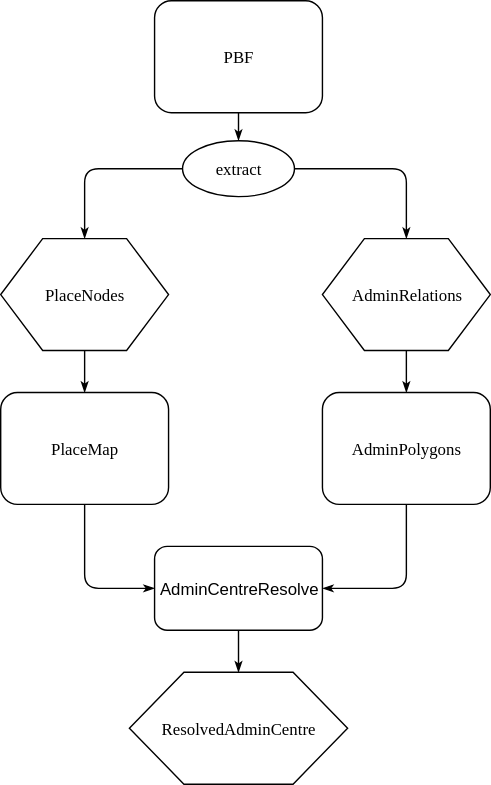
Earlier version of the draw.io export doc/AdminCentreResolve.svg (krizleebear/osm-polygons). Source tidied: cells renumbered, new cells last; positions are measured from the earlier drawing's top-left corner, leaving out a move shared by most shapes.
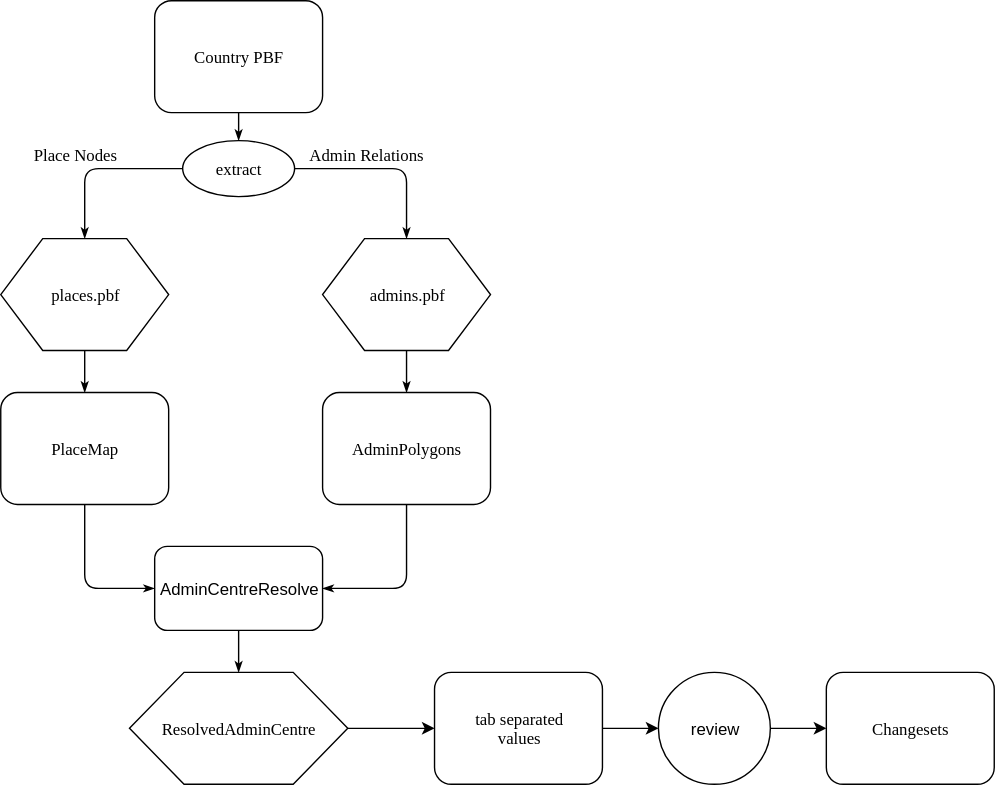
After the commit.

Commit message:
updated flow chart

The edit, as a diff of the source:
```diff
@@ -5,14 +5,16 @@
     <mxCell id="2" style="edgeStyle=orthogonalEdgeStyle;rounded=1;html=1;labelBackgroundColor=none;startArrow=none;startFill=0;startSize=5;endArrow=classicThin;endFill=1;endSize=5;jettySize=auto;strokeWidth=1;fontFamily=Verdana;fontSize=8;" parent="1" edge="1" source="3" target="6">
       <mxGeometry relative="1" as="geometry" />
     </mxCell>
-    <mxCell id="3" value="PBF" style="rounded=1;whiteSpace=wrap;html=1;shadow=0;labelBackgroundColor=none;strokeWidth=1;fontFamily=Verdana;fontSize=12;align=center;" parent="1" vertex="1">
+    <mxCell id="3" value="Country PBF" style="rounded=1;whiteSpace=wrap;html=1;shadow=0;labelBackgroundColor=none;strokeWidth=1;fontFamily=Verdana;fontSize=12;align=center;" parent="1" vertex="1">
       <mxGeometry x="110" width="120" height="80" as="geometry" />
     </mxCell>
-    <mxCell id="4" style="edgeStyle=orthogonalEdgeStyle;rounded=1;html=1;labelBackgroundColor=none;startArrow=none;startFill=0;startSize=5;endArrow=classicThin;endFill=1;endSize=5;jettySize=auto;strokeWidth=1;fontFamily=Verdana;fontSize=8;" parent="1" edge="1" source="6" target="10">
-      <mxGeometry relative="1" as="geometry" />
+    <mxCell id="4" value="Admin Relations" style="edgeStyle=orthogonalEdgeStyle;rounded=1;html=1;labelBackgroundColor=none;startArrow=none;startFill=0;startSize=5;endArrow=classicThin;endFill=1;endSize=5;jettySize=auto;strokeWidth=1;fontFamily=Verdana;fontSize=12;" parent="1" edge="1" source="6" target="10">
+      <mxGeometry x="-0.08" y="10" relative="1" as="geometry" />
     </mxCell>
-    <mxCell id="5" style="edgeStyle=orthogonalEdgeStyle;rounded=1;html=1;labelBackgroundColor=none;startArrow=none;startFill=0;startSize=5;endArrow=classicThin;endFill=1;endSize=5;jettySize=auto;strokeWidth=1;fontFamily=Verdana;fontSize=8;" parent="1" edge="1" source="6" target="8">
-      <mxGeometry relative="1" as="geometry" />
+    <mxCell id="5" value="Place Nodes" style="edgeStyle=orthogonalEdgeStyle;rounded=1;html=1;labelBackgroundColor=none;startArrow=none;startFill=0;startSize=5;endArrow=classicThin;endFill=1;endSize=5;jettySize=auto;strokeWidth=1;fontFamily=Verdana;fontSize=12;" parent="1" edge="1" source="6" target="8">
+      <mxGeometry x="0.17" y="-10" relative="1" as="geometry">
+        <mxPoint x="10" y="-10" as="offset" />
+      </mxGeometry>
     </mxCell>
     <mxCell id="6" value="extract" style="ellipse;whiteSpace=wrap;html=1;rounded=1;shadow=0;labelBackgroundColor=none;strokeWidth=1;fontFamily=Verdana;fontSize=12;align=center;" parent="1" vertex="1">
       <mxGeometry x="130" y="100" width="80" height="40" as="geometry" />
@@ -20,13 +22,13 @@
     <mxCell id="7" style="edgeStyle=orthogonalEdgeStyle;rounded=1;html=1;labelBackgroundColor=none;startArrow=none;startFill=0;startSize=5;endArrow=classicThin;endFill=1;endSize=5;jettySize=auto;strokeWidth=1;fontFamily=Verdana;fontSize=8;" parent="1" edge="1" source="8" target="12">
       <mxGeometry relative="1" as="geometry" />
     </mxCell>
-    <mxCell id="8" value="PlaceNodes" style="shape=hexagon;perimeter=hexagonPerimeter;whiteSpace=wrap;html=1;rounded=0;shadow=0;labelBackgroundColor=none;strokeWidth=1;fontFamily=Verdana;fontSize=12;align=center;" parent="1" vertex="1">
+    <mxCell id="8" value="places.pbf" style="shape=hexagon;perimeter=hexagonPerimeter;whiteSpace=wrap;html=1;rounded=0;shadow=0;labelBackgroundColor=none;strokeWidth=1;fontFamily=Verdana;fontSize=12;align=center;" parent="1" vertex="1">
       <mxGeometry y="170" width="120" height="80" as="geometry" />
     </mxCell>
     <mxCell id="9" style="edgeStyle=orthogonalEdgeStyle;rounded=1;html=1;labelBackgroundColor=none;startArrow=none;startFill=0;startSize=5;endArrow=classicThin;endFill=1;endSize=5;jettySize=auto;strokeWidth=1;fontFamily=Verdana;fontSize=8;" parent="1" edge="1" source="10" target="14">
       <mxGeometry relative="1" as="geometry" />
     </mxCell>
-    <mxCell id="10" value="AdminRelations" style="shape=hexagon;perimeter=hexagonPerimeter;whiteSpace=wrap;html=1;rounded=0;shadow=0;labelBackgroundColor=none;strokeWidth=1;fontFamily=Verdana;fontSize=12;align=center;" parent="1" vertex="1">
+    <mxCell id="10" value="admins.pbf" style="shape=hexagon;perimeter=hexagonPerimeter;whiteSpace=wrap;html=1;rounded=0;shadow=0;labelBackgroundColor=none;strokeWidth=1;fontFamily=Verdana;fontSize=12;align=center;" parent="1" vertex="1">
       <mxGeometry x="230" y="170" width="120" height="80" as="geometry" />
     </mxCell>
     <mxCell id="11" style="edgeStyle=orthogonalEdgeStyle;rounded=1;html=1;labelBackgroundColor=none;startArrow=none;startFill=0;startSize=5;endArrow=classicThin;endFill=1;endSize=5;jettySize=auto;strokeWidth=1;fontFamily=Verdana;fontSize=8;entryX=0;entryY=0.5;entryDx=0;entryDy=0;" parent="1" edge="1" source="12" target="17">
@@ -54,11 +56,31 @@
         <mxPoint x="170" y="440" as="sourcePoint" />
       </mxGeometry>
     </mxCell>
+    <mxCell id="18" style="edgeStyle=orthogonalEdgeStyle;rounded=0;jettySize=auto;html=1;" parent="1" edge="1" source="16" target="20">
+      <mxGeometry relative="1" as="geometry" />
+    </mxCell>
     <mxCell id="16" value="ResolvedAdminCentre" style="shape=hexagon;perimeter=hexagonPerimeter;whiteSpace=wrap;html=1;rounded=0;shadow=0;labelBackgroundColor=none;strokeWidth=1;fontFamily=Verdana;fontSize=12;align=center;" parent="1" vertex="1">
       <mxGeometry x="92" y="480" width="156" height="80" as="geometry" />
     </mxCell>
     <mxCell id="17" value="AdminCentreResolve" style="rounded=1;whiteSpace=wrap;html=1;" parent="1" vertex="1">
       <mxGeometry x="110" y="390" width="120" height="60" as="geometry" />
     </mxCell>
+    <mxCell id="19" style="edgeStyle=orthogonalEdgeStyle;rounded=0;jettySize=auto;html=1;" parent="1" edge="1" source="20">
+      <mxGeometry relative="1" as="geometry">
+        <mxPoint x="470" y="520" as="targetPoint" />
+      </mxGeometry>
+    </mxCell>
+    <mxCell id="20" value="tab separated &lt;br&gt;values" style="rounded=1;whiteSpace=wrap;html=1;shadow=0;labelBackgroundColor=none;strokeWidth=1;fontFamily=Verdana;fontSize=12;align=center;" parent="1" vertex="1">
+      <mxGeometry x="310" y="480" width="120" height="80" as="geometry" />
+    </mxCell>
+    <mxCell id="21" value="Changesets" style="rounded=1;whiteSpace=wrap;html=1;shadow=0;labelBackgroundColor=none;strokeWidth=1;fontFamily=Verdana;fontSize=12;align=center;" parent="1" vertex="1">
+      <mxGeometry x="590" y="480" width="120" height="80" as="geometry" />
+    </mxCell>
+    <mxCell id="22" style="edgeStyle=orthogonalEdgeStyle;rounded=0;jettySize=auto;html=1;" parent="1" edge="1" source="23" target="21">
+      <mxGeometry relative="1" as="geometry" />
+    </mxCell>
+    <mxCell id="23" value="review" style="ellipse;whiteSpace=wrap;html=1;" parent="1" vertex="1">
+      <mxGeometry x="470" y="480" width="80" height="80" as="geometry" />
+    </mxCell>
   </root>
 </mxGraphModel>
```
